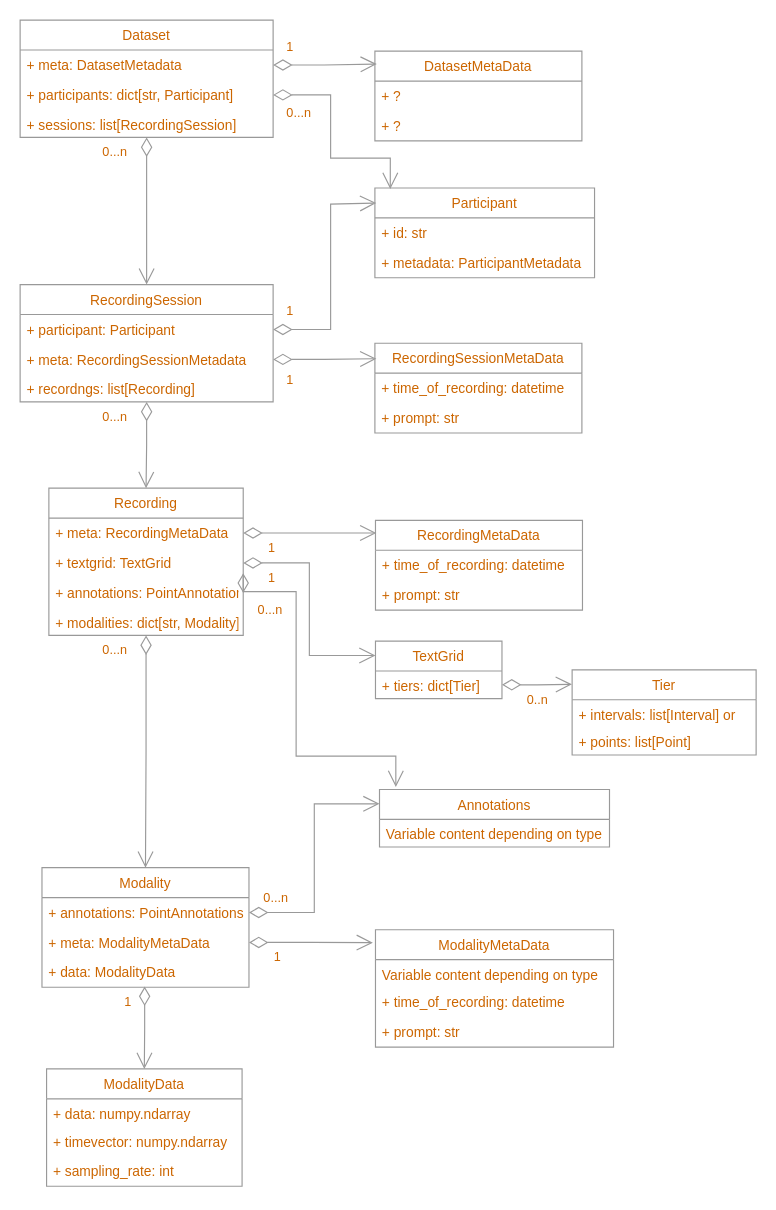
Above: docs/core_data_structures.drawio in giuthas/satkit (draw.io), before the change. Source tidied: cells renumbered, new cells numbered last; positions are measured from the earlier drawing's top-left corner, leaving out a move shared by most shapes. Both pictures are drawn from the tidied source at 115%, with x=0, y=0 at pixel (20, 20).
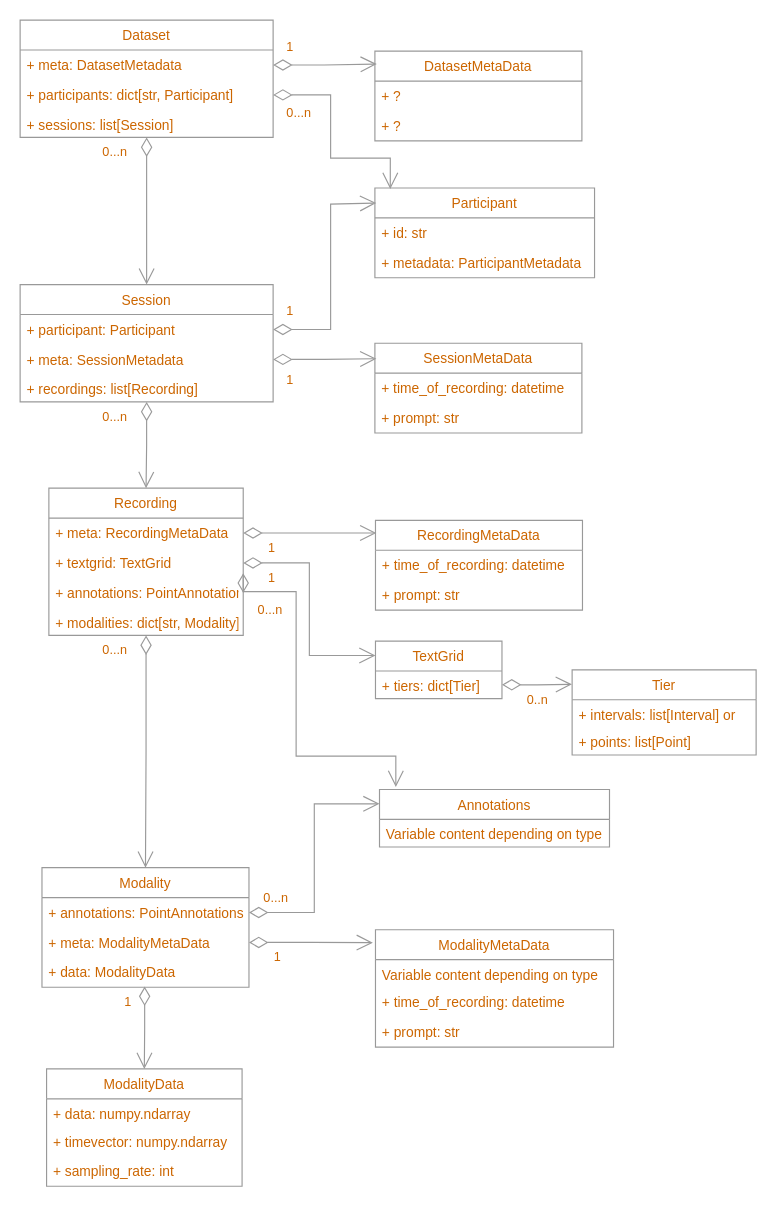
The same diagram, later.

The change refers to these unchanged cells:
```xml
<mxCell id="32" value="Dataset" style="swimlane;fontStyle=0;horizontal=1;startSize=26;fillColor=none;labelBorderColor=none;fontColor=#CC6600;strokeColor=#999999;" parent="1" vertex="1">
  <mxGeometry width="220" height="102" as="geometry" />
</mxCell>
```

Change to the diagram source:
```diff
@@
-    <mxCell id="26" value="RecordingSession" style="swimlane;fontStyle=0;horizontal=1;startSize=26;fillColor=none;labelBorderColor=none;fontColor=#CC6600;strokeColor=#999999;" parent="1" vertex="1">
+    <mxCell id="26" value="Session" style="swimlane;fontStyle=0;horizontal=1;startSize=26;fillColor=none;labelBorderColor=none;fontColor=#CC6600;strokeColor=#999999;" parent="1" vertex="1">
       <mxGeometry y="230" width="220" height="102" as="geometry" />
     </mxCell>
@@
-    <mxCell id="28" value="+ meta: RecordingSessionMetadata" style="text;strokeColor=none;fillColor=none;align=left;verticalAlign=top;spacingLeft=4;spacingRight=4;overflow=hidden;points=[[0,0.5],[1,0.5]];portConstraint=eastwest;labelBorderColor=none;fontColor=#CC6600;" parent="26" vertex="1">
+    <mxCell id="28" value="+ meta: SessionMetadata" style="text;strokeColor=none;fillColor=none;align=left;verticalAlign=top;spacingLeft=4;spacingRight=4;overflow=hidden;points=[[0,0.5],[1,0.5]];portConstraint=eastwest;labelBorderColor=none;fontColor=#CC6600;" parent="26" vertex="1">
       <mxGeometry y="52" width="220" height="26" as="geometry" />
     </mxCell>
-    <mxCell id="29" value="+ recordngs: list[Recording]" style="text;strokeColor=none;fillColor=none;align=left;verticalAlign=top;spacingLeft=4;spacingRight=4;overflow=hidden;labelBorderColor=none;fontColor=#CC6600;" parent="26" vertex="1">
+    <mxCell id="29" value="+ recordings: list[Recording]" style="text;strokeColor=none;fillColor=none;align=left;verticalAlign=top;spacingLeft=4;spacingRight=4;overflow=hidden;labelBorderColor=none;fontColor=#CC6600;" parent="26" vertex="1">
       <mxGeometry y="78" width="220" height="24" as="geometry" />
     </mxCell>
@@
-    <mxCell id="35" value="+ sessions: list[RecordingSession]" style="text;strokeColor=none;fillColor=none;align=left;verticalAlign=top;spacingLeft=4;spacingRight=4;overflow=hidden;labelBorderColor=none;fontColor=#CC6600;" parent="32" vertex="1">
+    <mxCell id="35" value="+ sessions: list[Session]" style="text;strokeColor=none;fillColor=none;align=left;verticalAlign=top;spacingLeft=4;spacingRight=4;overflow=hidden;labelBorderColor=none;fontColor=#CC6600;" parent="32" vertex="1">
       <mxGeometry y="78" width="220" height="24" as="geometry" />
     </mxCell>
-    <mxCell id="36" value="RecordingSessionMetaData" style="swimlane;fontStyle=0;horizontal=1;startSize=26;fillColor=none;labelBorderColor=none;strokeColor=#999999;fontColor=#CC6600;" parent="1" vertex="1">
+    <mxCell id="36" value="SessionMetaData" style="swimlane;fontStyle=0;horizontal=1;startSize=26;fillColor=none;labelBorderColor=none;strokeColor=#999999;fontColor=#CC6600;" parent="1" vertex="1">
       <mxGeometry x="308.5" y="281" width="180" height="78" as="geometry" />
     </mxCell>
```
